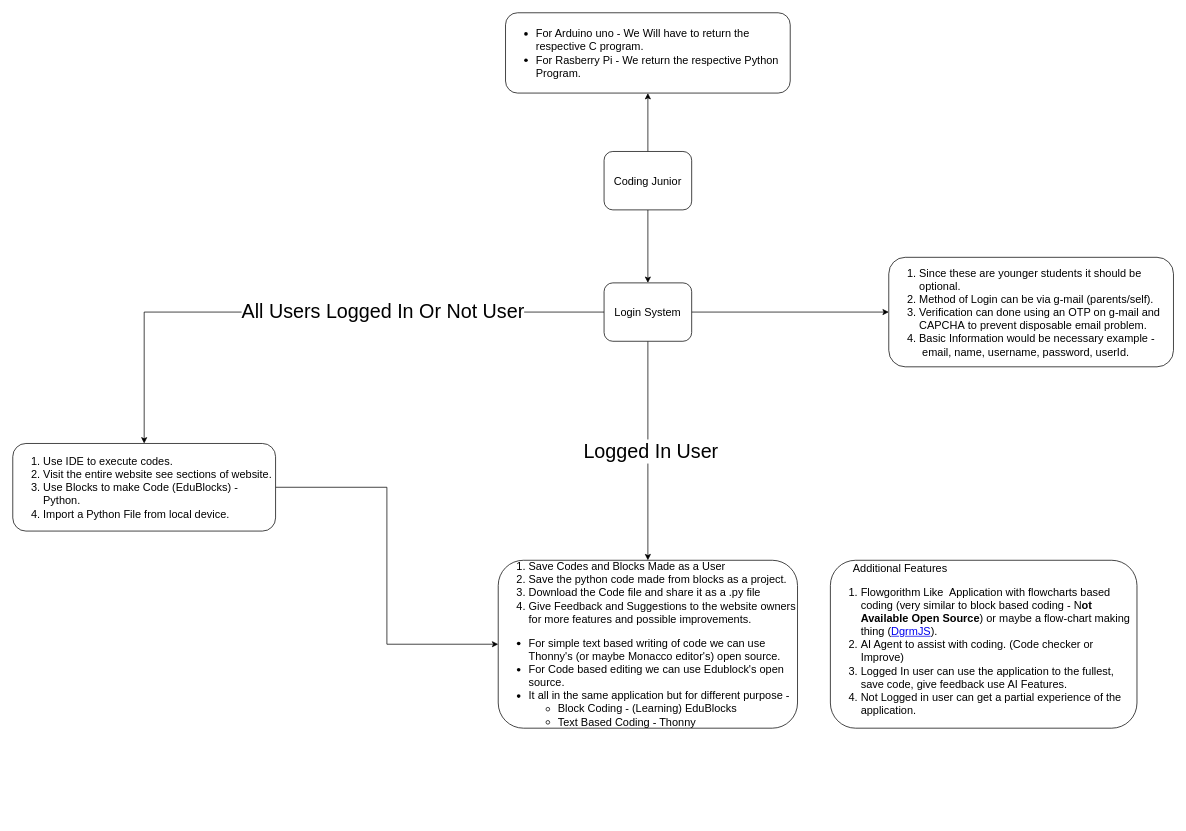
Before: Untitled Diagram.drawio in MishraShardendu22-CP/Draw.io-ShardenduMishra, a draw.io diagram. Source tidied: cells renumbered, new cells numbered last; positions are measured from the earlier drawing's top-left corner, leaving out a move shared by most shapes. Both pictures are drawn from the tidied source at 73%, with x=0, y=0 at pixel (12, 12).
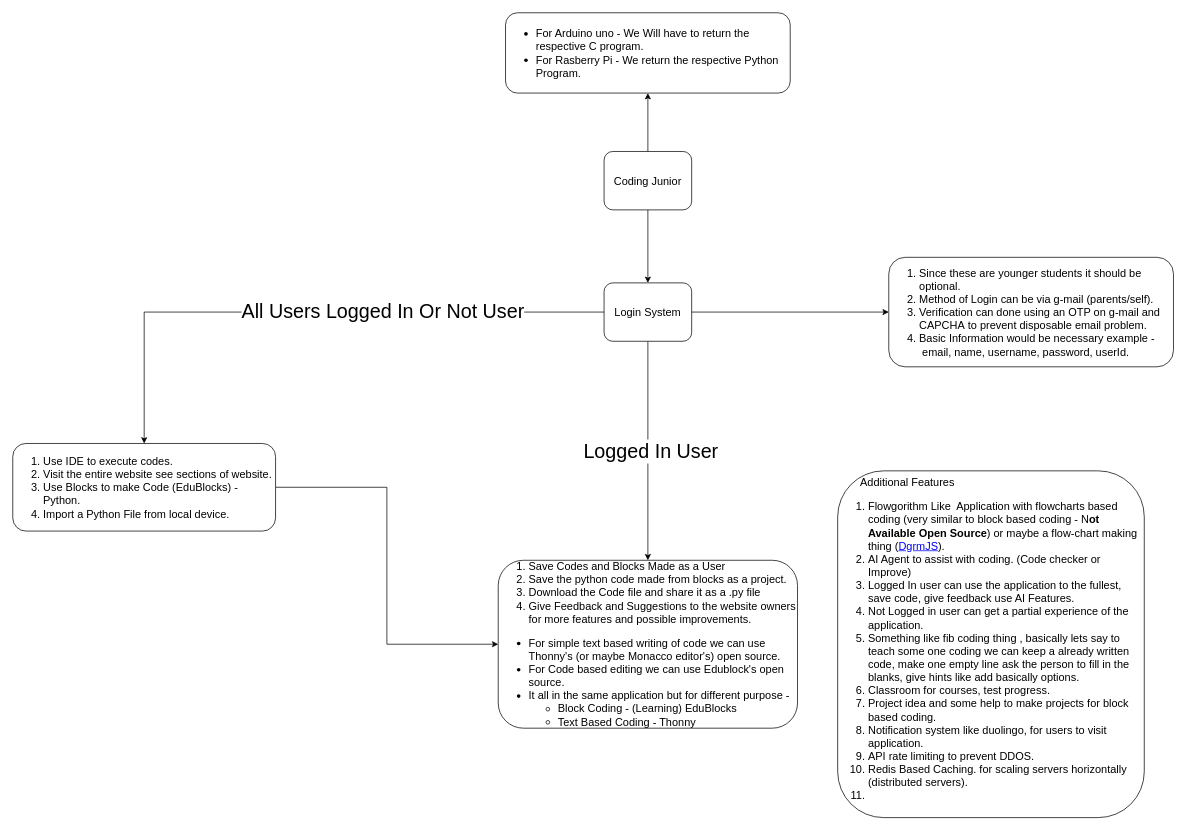
Above is the later version.

What changed in the source:
```diff
@@
 <mxGraphModel>
   <root>
     <mxCell id="0" />
     <mxCell id="1" parent="0" />
     <mxCell id="2" style="edgeStyle=orthogonalEdgeStyle;rounded=0;jettySize=auto;html=1;" parent="1" edge="1" source="4" target="10">
       <mxGeometry relative="1" as="geometry" />
     </mxCell>
     <mxCell id="3" style="edgeStyle=orthogonalEdgeStyle;rounded=0;jettySize=auto;html=1;" parent="1" edge="1" source="4" target="15">
       <mxGeometry relative="1" as="geometry" />
     </mxCell>
     <mxCell id="4" value="Coding Junior" style="rounded=1;whiteSpace=wrap;html=1;fontSize=15;" parent="1" vertex="1">
       <mxGeometry x="810" y="190" width="120" height="80" as="geometry" />
     </mxCell>
     <mxCell id="5" style="edgeStyle=orthogonalEdgeStyle;rounded=0;jettySize=auto;html=1;" parent="1" edge="1" source="10" target="11">
       <mxGeometry relative="1" as="geometry" />
     </mxCell>
     <mxCell id="6" style="edgeStyle=orthogonalEdgeStyle;rounded=0;jettySize=auto;html=1;" parent="1" edge="1" source="10" target="12">
       <mxGeometry relative="1" as="geometry" />
     </mxCell>
     <mxCell id="7" value="Logged In User" style="edgeLabel;html=1;align=center;verticalAlign=middle;fontSize=27;" parent="6" vertex="1">
       <mxGeometry y="3" relative="1" as="geometry" />
     </mxCell>
     <mxCell id="8" style="edgeStyle=orthogonalEdgeStyle;rounded=0;jettySize=auto;html=1;" parent="1" edge="1" source="10" target="14">
       <mxGeometry relative="1" as="geometry" />
     </mxCell>
     <mxCell id="9" value="&lt;span style=&quot;font-size: 27px;&quot;&gt;All Users Logged In Or Not User&lt;/span&gt;" style="edgeLabel;html=1;align=center;verticalAlign=middle;" parent="8" vertex="1">
       <mxGeometry x="-0.25" y="-1" relative="1" as="geometry" />
     </mxCell>
     <mxCell id="10" value="Login System" style="rounded=1;whiteSpace=wrap;html=1;fontSize=15;" parent="1" vertex="1">
       <mxGeometry x="810" y="370" width="120" height="80" as="geometry" />
     </mxCell>
     <mxCell id="11" value="&lt;ol&gt;&lt;li&gt;Since these are younger students it should be optional.&lt;/li&gt;&lt;li&gt;Method of Login can be via g-mail (parents/self).&lt;/li&gt;&lt;li&gt;Verification can done using an OTP on g-mail and CAPCHA&lt;span style=&quot;text-align: center; background-color: transparent; color: light-dark(rgb(0, 0, 0), rgb(255, 255, 255));&quot;&gt;&amp;nbsp;to prevent disposable email problem.&lt;/span&gt;&lt;/li&gt;&lt;li&gt;&lt;span style=&quot;text-align: center; background-color: transparent; color: light-dark(rgb(0, 0, 0), rgb(255, 255, 255));&quot;&gt;Basic Information would be necessary example -&amp;nbsp; &amp;nbsp; &amp;nbsp;email, name, username, password, userId.&lt;/span&gt;&lt;/li&gt;&lt;/ol&gt;" style="rounded=1;whiteSpace=wrap;html=1;fontSize=15;align=left;" parent="1" vertex="1">
       <mxGeometry x="1200" y="335" width="390" height="150" as="geometry" />
     </mxCell>
     <mxCell id="12" value="&lt;ol&gt;&lt;li&gt;Save Codes and Blocks Made as a User&amp;nbsp;&lt;/li&gt;&lt;li&gt;Save the python code made from blocks as a project.&lt;/li&gt;&lt;li&gt;Download the Code file and share it as a .py file&lt;/li&gt;&lt;li&gt;Give Feedback and Suggestions to the website owners for more features and possible improvements.&lt;/li&gt;&lt;/ol&gt;&lt;div&gt;&lt;ul&gt;&lt;li&gt;For simple text based writing of code we can use Thonny's (or maybe Monacco editor's)&amp;nbsp;open source.&lt;/li&gt;&lt;li&gt;For Code based editing we can use Edublock's open source.&lt;/li&gt;&lt;li&gt;It all in the same application but for different purpose -&amp;nbsp;&lt;/li&gt;&lt;ul&gt;&lt;li&gt;Block Coding - (Learning) EduBlocks&lt;/li&gt;&lt;li&gt;Text Based Coding - Thonny&amp;nbsp;&lt;/li&gt;&lt;/ul&gt;&lt;/ul&gt;&lt;/div&gt;" style="whiteSpace=wrap;html=1;fontSize=15;rounded=1;align=left;" parent="1" vertex="1">
       <mxGeometry x="665" y="750" width="410" height="230" as="geometry" />
     </mxCell>
     <mxCell id="13" style="edgeStyle=orthogonalEdgeStyle;rounded=0;jettySize=auto;html=1;entryX=0;entryY=0.5;entryDx=0;entryDy=0;" parent="1" edge="1" source="14" target="12">
       <mxGeometry relative="1" as="geometry" />
     </mxCell>
     <mxCell id="14" value="&lt;ol&gt;&lt;li&gt;Use IDE to execute codes.&lt;/li&gt;&lt;li&gt;Visit the entire website see sections of website.&lt;/li&gt;&lt;li&gt;Use Blocks to make Code (EduBlocks) - Python.&lt;/li&gt;&lt;li&gt;Import a Python File from local device.&lt;/li&gt;&lt;/ol&gt;" style="whiteSpace=wrap;html=1;fontSize=15;rounded=1;align=left;" parent="1" vertex="1">
       <mxGeometry y="590" width="360" height="120" as="geometry" />
     </mxCell>
     <mxCell id="15" value="&lt;ul&gt;&lt;li&gt;For Arduino uno -&amp;nbsp;&lt;span style=&quot;background-color: transparent; color: light-dark(rgb(0, 0, 0), rgb(255, 255, 255));&quot;&gt;We Will have to return the respective C program.&lt;/span&gt;&lt;/li&gt;&lt;li&gt;&lt;span style=&quot;background-color: transparent; color: light-dark(rgb(0, 0, 0), rgb(255, 255, 255));&quot;&gt;For Rasberry Pi - We return the respective Python Program.&amp;nbsp;&lt;/span&gt;&lt;/li&gt;&lt;/ul&gt;" style="rounded=1;whiteSpace=wrap;html=1;fontSize=15;align=left;" parent="1" vertex="1">
       <mxGeometry x="675" width="390" height="110" as="geometry" />
     </mxCell>
-    <mxCell id="16" value="&lt;div&gt;&amp;nbsp; &amp;nbsp; &amp;nbsp; &amp;nbsp;Additional Features&amp;nbsp;&lt;/div&gt;&lt;div&gt;&lt;ol&gt;&lt;li&gt;Flowgorithm Like&amp;nbsp; Application with flowcharts based coding (very similar to block based coding - N&lt;b&gt;ot Available Open Source&lt;/b&gt;) or maybe a flow-chart making thing (&lt;a href=&quot;https://github.com/AlexeyBoiko/DgrmJS&quot;&gt;DgrmJS&lt;/a&gt;).&amp;nbsp;&amp;nbsp;&lt;/li&gt;&lt;li&gt;AI Agent to assist with coding. (Code checker or Improve)&lt;/li&gt;&lt;li&gt;Logged In user can use the application to the fullest, save code, give feedback use AI Features.&lt;/li&gt;&lt;li&gt;Not Logged in user can get a partial experience of the application.&amp;nbsp;&lt;/li&gt;&lt;/ol&gt;&lt;/div&gt;" style="whiteSpace=wrap;html=1;fontSize=15;rounded=1;align=left;" parent="1" vertex="1">
-      <mxGeometry x="1120" y="750" width="420" height="230" as="geometry" />
+    <mxCell id="16" value="&lt;div&gt;&amp;nbsp; &amp;nbsp; &amp;nbsp; &amp;nbsp;Additional Features&amp;nbsp;&lt;/div&gt;&lt;div&gt;&lt;ol&gt;&lt;li&gt;Flowgorithm Like&amp;nbsp; Application with flowcharts based coding (very similar to block based coding - N&lt;b&gt;ot Available Open Source&lt;/b&gt;) or maybe a flow-chart making thing (&lt;a href=&quot;https://github.com/AlexeyBoiko/DgrmJS&quot;&gt;DgrmJS&lt;/a&gt;).&amp;nbsp;&amp;nbsp;&lt;/li&gt;&lt;li&gt;AI Agent to assist with coding. (Code checker or Improve)&lt;/li&gt;&lt;li&gt;Logged In user can use the application to the fullest, save code, give feedback use AI Features.&lt;/li&gt;&lt;li&gt;Not Logged in user can get a partial experience of the application.&amp;nbsp;&lt;/li&gt;&lt;li&gt;Something like fib coding thing , basically lets say to teach some one coding we can keep a already written code, make one empty line ask the person to fill in the blanks, give hints like add basically options.&lt;/li&gt;&lt;li&gt;Classroom for courses, test progress.&lt;/li&gt;&lt;li&gt;Project idea and some help to make projects for block based coding.&lt;/li&gt;&lt;li&gt;Notification system like duolingo, for users to visit application.&lt;/li&gt;&lt;li&gt;API rate limiting to prevent DDOS.&lt;/li&gt;&lt;li&gt;Redis Based Caching. for scaling servers horizontally (distributed servers).&lt;/li&gt;&lt;li&gt;&lt;br&gt;&lt;/li&gt;&lt;/ol&gt;&lt;/div&gt;" style="whiteSpace=wrap;html=1;fontSize=15;rounded=1;align=left;" parent="1" vertex="1">
+      <mxGeometry x="1130" y="627.5" width="420" height="475" as="geometry" />
     </mxCell>
   </root>
 </mxGraphModel>
```
